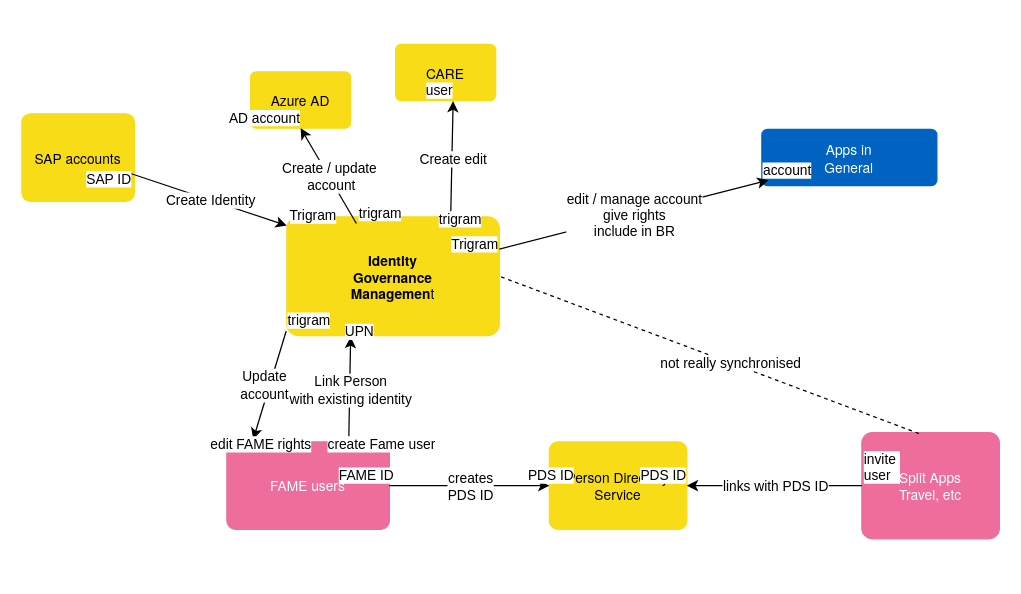
Before: IGM-dataFlow.drawio in Helena-Zuk/github-slideshow, a draw.io diagram. Source tidied: cells renumbered, new cells numbered last; positions are measured from the earlier drawing's top-left corner, leaving out a move shared by most shapes. Both pictures are drawn from the tidied source at 125%, with x=0, y=0 at pixel (21, 44).
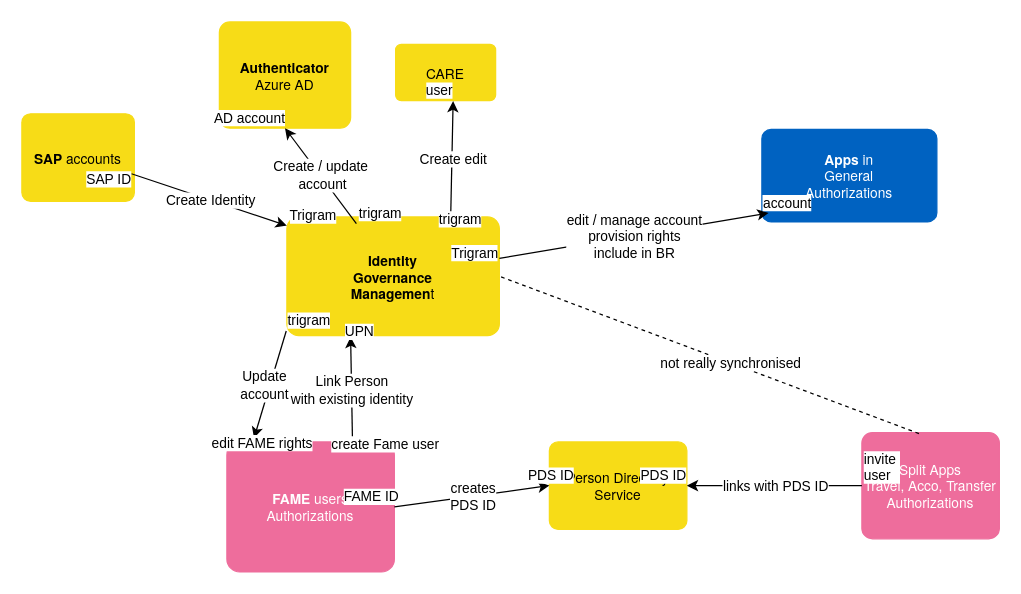
The same page after the edit.

Unchanged cells that the change refers to:
```xml
<mxCell id="40" style="endArrow=classic;html=1;rounded=0;entryX=0.038;entryY=0.904;entryDx=0;entryDy=0;entryPerimeter=0;" parent="1" edge="1" source="2" target="39">
  <mxGeometry relative="1" as="geometry" />
</mxCell>
```

What changed in the source:
```diff
@@
-    <mxCell id="3" value="SAP accounts" style="shape=label;perimeter=rectanglePerimeter;fontSize=11;fontFamily=Axiforma, Helvetica Neue, Helvetica, Arial, sans-serif;align=center;verticalAlign=middle;fillColor=#0f7eb5;strokeColor=#0f7eb5;fontColor=#ffffff;startSize=45;whiteSpace=wrap;rounded=1;arcSize=10;html=1;fillColor=#f7dc17;fontColor=#000000;strokeColor=#f7dc17;" parent="1" vertex="1">
+    <mxCell id="3" value="&lt;b&gt;SAP &lt;/b&gt;accounts" style="shape=label;perimeter=rectanglePerimeter;fontSize=11;fontFamily=Axiforma, Helvetica Neue, Helvetica, Arial, sans-serif;align=center;verticalAlign=middle;fillColor=#0f7eb5;strokeColor=#0f7eb5;fontColor=#ffffff;startSize=45;whiteSpace=wrap;rounded=1;arcSize=10;html=1;fillColor=#f7dc17;fontColor=#000000;strokeColor=#f7dc17;" parent="1" vertex="1">
       <mxGeometry y="55.5" width="90" height="70" as="geometry" />
     </mxCell>
-    <mxCell id="4" value="Azure AD" style="shape=label;perimeter=rectanglePerimeter;fontSize=11;fontFamily=Axiforma, Helvetica Neue, Helvetica, Arial, sans-serif;align=center;verticalAlign=middle;fillColor=#0f7eb5;strokeColor=#0f7eb5;fontColor=#ffffff;startSize=45;whiteSpace=wrap;rounded=1;arcSize=10;html=1;fillColor=#f7dc17;fontColor=#000000;strokeColor=#f7dc17;" parent="1" vertex="1">
-      <mxGeometry x="183" y="22" width="80" height="45" as="geometry" />
+    <mxCell id="4" value="&lt;b&gt;Authenticator&lt;/b&gt;&lt;br&gt;Azure AD" style="shape=label;perimeter=rectanglePerimeter;fontSize=11;fontFamily=Axiforma, Helvetica Neue, Helvetica, Arial, sans-serif;align=center;verticalAlign=middle;fillColor=#0f7eb5;strokeColor=#0f7eb5;fontColor=#ffffff;startSize=45;whiteSpace=wrap;rounded=1;arcSize=10;html=1;fillColor=#f7dc17;fontColor=#000000;strokeColor=#f7dc17;" parent="1" vertex="1">
+      <mxGeometry x="158" y="-18" width="105" height="85" as="geometry" />
     </mxCell>
-    <mxCell id="5" value="FAME users" style="shape=label;perimeter=rectanglePerimeter;fontSize=11;fontFamily=Axiforma, Helvetica Neue, Helvetica, Arial, sans-serif;align=center;verticalAlign=middle;fillColor=#0f7eb5;strokeColor=#0f7eb5;fontColor=#ffffff;startSize=45;whiteSpace=wrap;rounded=1;arcSize=10;html=1;fillColor=#ee6d9c;fontColor=#FFFFFF;strokeColor=#ee6d9c;" parent="1" vertex="1">
-      <mxGeometry x="164" y="318" width="130" height="70" as="geometry" />
+    <mxCell id="5" value="&lt;b&gt;FAME &lt;/b&gt;users&lt;br&gt;Authorizations" style="shape=label;perimeter=rectanglePerimeter;fontSize=11;fontFamily=Axiforma, Helvetica Neue, Helvetica, Arial, sans-serif;align=center;verticalAlign=middle;fillColor=#0f7eb5;strokeColor=#0f7eb5;fontColor=#ffffff;startSize=45;whiteSpace=wrap;rounded=1;arcSize=10;html=1;fillColor=#ee6d9c;fontColor=#FFFFFF;strokeColor=#ee6d9c;" parent="1" vertex="1">
+      <mxGeometry x="164" y="318" width="134" height="104" as="geometry" />
     </mxCell>
@@
-    <mxCell id="7" value="Split Apps&lt;br&gt;Travel, etc" style="shape=label;perimeter=rectanglePerimeter;fontSize=11;fontFamily=Axiforma, Helvetica Neue, Helvetica, Arial, sans-serif;align=center;verticalAlign=middle;fillColor=#0f7eb5;strokeColor=#0f7eb5;fontColor=#ffffff;startSize=45;whiteSpace=wrap;rounded=1;arcSize=10;html=1;fillColor=#ee6d9c;fontColor=#FFFFFF;strokeColor=#ee6d9c;" parent="1" vertex="1">
+    <mxCell id="7" value="Split Apps&lt;br&gt;Travel, Acco, Transfer&lt;br&gt;Authorizations" style="shape=label;perimeter=rectanglePerimeter;fontSize=11;fontFamily=Axiforma, Helvetica Neue, Helvetica, Arial, sans-serif;align=center;verticalAlign=middle;fillColor=#0f7eb5;strokeColor=#0f7eb5;fontColor=#ffffff;startSize=45;whiteSpace=wrap;rounded=1;arcSize=10;html=1;fillColor=#ee6d9c;fontColor=#FFFFFF;strokeColor=#ee6d9c;" parent="1" vertex="1">
       <mxGeometry x="672" y="310.5" width="110" height="85" as="geometry" />
     </mxCell>
@@
-    <mxCell id="39" value="Apps in &lt;br&gt;General" style="shape=label;perimeter=rectanglePerimeter;fontSize=11;fontFamily=Axiforma, Helvetica Neue, Helvetica, Arial, sans-serif;align=center;verticalAlign=middle;fillColor=#0f7eb5;strokeColor=#0f7eb5;fontColor=#ffffff;startSize=45;whiteSpace=wrap;rounded=1;arcSize=10;html=1;fillColor=#0062c1;fontColor=#FFFFFF;strokeColor=#0062c1;" parent="1" vertex="1">
-      <mxGeometry x="592" y="68" width="140" height="45" as="geometry" />
+    <mxCell id="39" value="&lt;b&gt;Apps &lt;/b&gt;in &lt;br&gt;General&lt;br&gt;Authorizations" style="shape=label;perimeter=rectanglePerimeter;fontSize=11;fontFamily=Axiforma, Helvetica Neue, Helvetica, Arial, sans-serif;align=center;verticalAlign=middle;fillColor=#0f7eb5;strokeColor=#0f7eb5;fontColor=#ffffff;startSize=45;whiteSpace=wrap;rounded=1;arcSize=10;html=1;fillColor=#0062c1;fontColor=#FFFFFF;strokeColor=#0062c1;" parent="1" vertex="1">
+      <mxGeometry x="592" y="68" width="140" height="74" as="geometry" />
     </mxCell>
@@
-    <mxCell id="41" value="edit / manage account&lt;br&gt;give rights&lt;br&gt;include in BR&lt;br&gt;" style="edgeLabel;html=1;align=center;verticalAlign=middle;" parent="40" vertex="1">
+    <mxCell id="41" value="edit / manage account&lt;br&gt;provision rights&lt;br&gt;include in BR" style="edgeLabel;html=1;align=center;verticalAlign=middle;" parent="40" vertex="1">
       <mxGeometry relative="1" as="geometry" />
     </mxCell>
```
